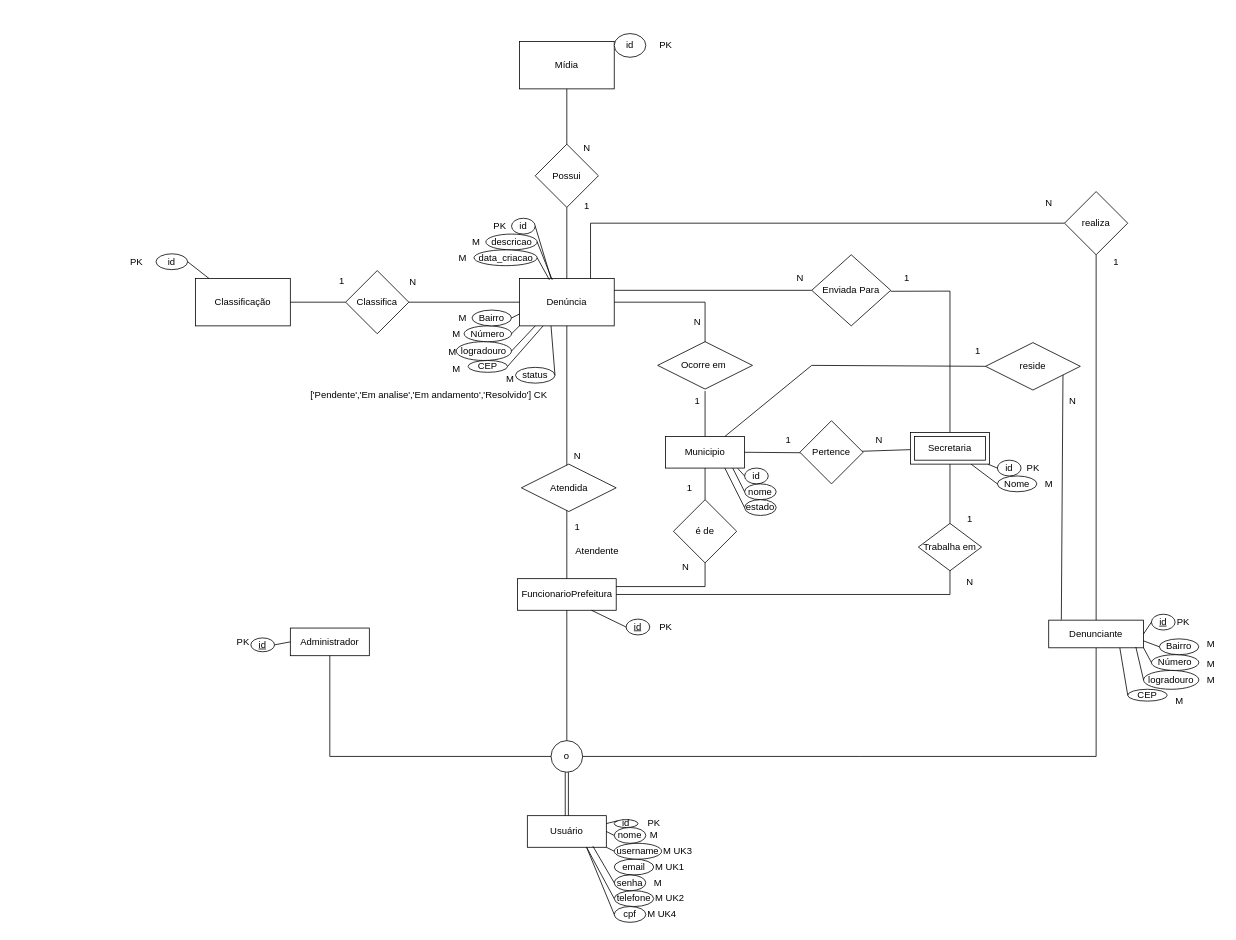
The draw.io diagram Outras_disciplinas/Banco de Dados/FalaCidade.drawio in RRomano00/Fala-Cidade, before the edit. Source tidied: cells renumbered, new cells numbered last; positions are measured from the earlier drawing's top-left corner, leaving out a move shared by most shapes. Both pictures are drawn from the tidied source at 79%, with x=0, y=0 at pixel (120, 33).
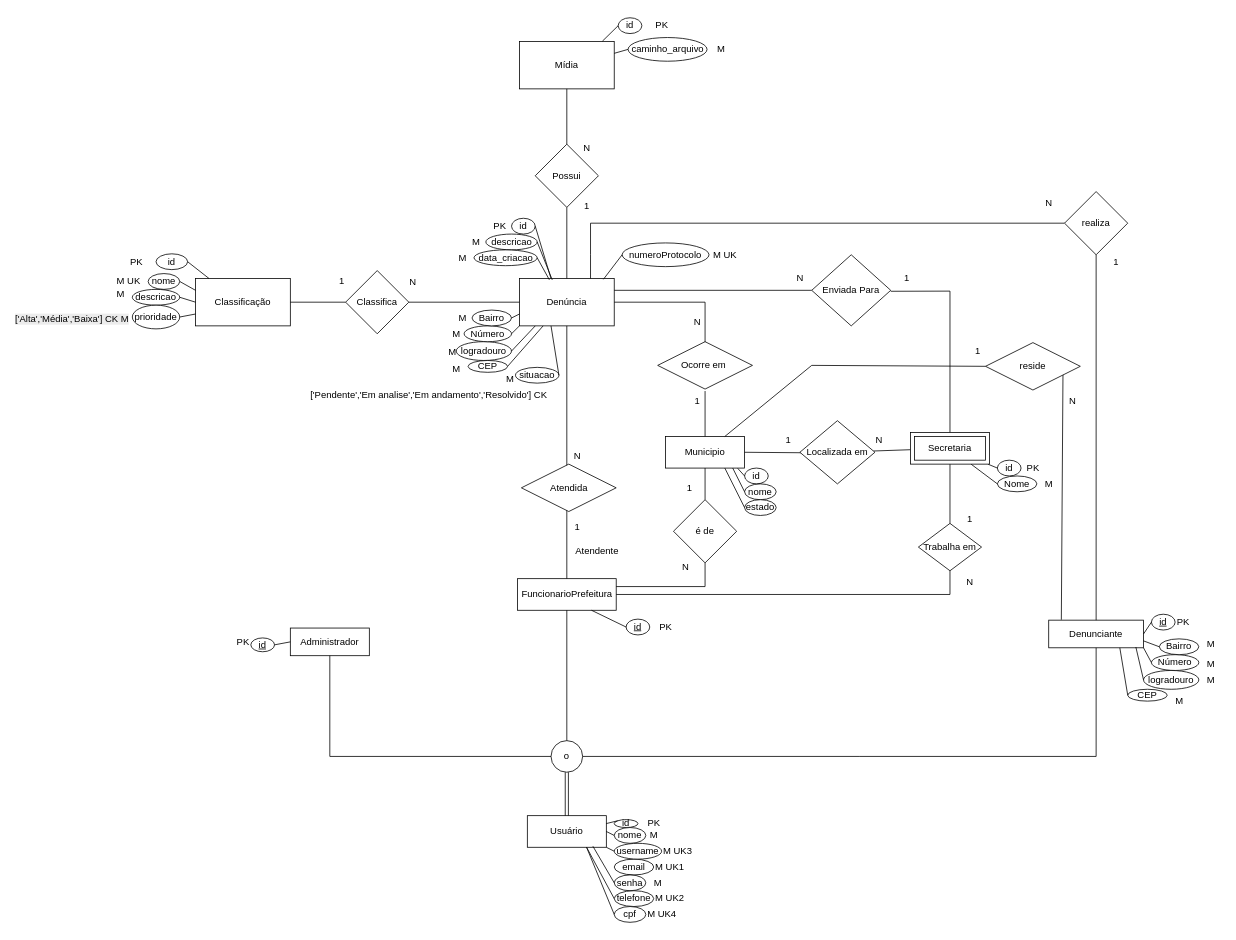
Above is the later version.

Commit message (it also covers changes not shown here):
doc: versao atualizada do D.E.R

The change refers to these unchanged cells:
```xml
<mxCell id="38" value="Denúncia" style="whiteSpace=wrap;html=1;" parent="1" vertex="1">
  <mxGeometry x="505" y="310" width="120" height="60" as="geometry" />
</mxCell>
<mxCell id="110" value="Classificação" style="whiteSpace=wrap;html=1;" parent="1" vertex="1">
  <mxGeometry x="95" y="310" width="120" height="60" as="geometry" />
</mxCell>
<mxCell id="143" value="Mídia" style="whiteSpace=wrap;html=1;" parent="1" vertex="1">
  <mxGeometry x="505" y="10" width="120" height="60" as="geometry" />
</mxCell>
```

What changed in the source:
```diff
@@
-    <mxCell id="86" value="status" style="ellipse;whiteSpace=wrap;html=1;" parent="1" vertex="1">
-      <mxGeometry x="500" y="422.5" width="50" height="20" as="geometry" />
+    <mxCell id="86" value="situacao" style="ellipse;whiteSpace=wrap;html=1;" parent="1" vertex="1">
+      <mxGeometry x="500" y="422.5" width="55" height="20" as="geometry" />
     </mxCell>
@@
-    <mxCell id="109" value="Pertence" style="rhombus;whiteSpace=wrap;html=1;" parent="1" vertex="1">
-      <mxGeometry x="860" y="490" width="80" height="80" as="geometry" />
+    <mxCell id="109" value="Localizada em" style="rhombus;whiteSpace=wrap;html=1;" parent="1" vertex="1">
+      <mxGeometry x="860" y="490" width="95" height="80" as="geometry" />
     </mxCell>
@@
     <mxCell id="147" value="id" style="ellipse;whiteSpace=wrap;html=1;" parent="1" vertex="1">
-      <mxGeometry x="625" width="40" height="30" as="geometry" />
+      <mxGeometry x="630" y="-20" width="30" height="20" as="geometry" />
     </mxCell>
     <mxCell id="148" value="PK" style="text;html=1;align=center;verticalAlign=middle;strokeColor=none;fillColor=none;" parent="1" vertex="1">
-      <mxGeometry x="670" width="40" height="30" as="geometry" />
+      <mxGeometry x="665" y="-25" width="40" height="30" as="geometry" />
     </mxCell>
@@
+    <mxCell id="151" value="numeroProtocolo" style="ellipse;whiteSpace=wrap;html=1;" parent="1" vertex="1">
+      <mxGeometry x="635" y="265" width="110" height="30" as="geometry" />
+    </mxCell>
+    <mxCell id="152" style="endArrow=none;html=1;rounded=0;exitX=0.886;exitY=0.018;exitDx=0;exitDy=0;entryX=0;entryY=0.5;entryDx=0;entryDy=0;exitPerimeter=0;" parent="1" edge="1" source="38" target="151">
+      <mxGeometry relative="1" as="geometry" />
+    </mxCell>
+    <mxCell id="153" value="M UK" style="text;html=1;align=center;verticalAlign=middle;strokeColor=none;fillColor=none;" parent="1" vertex="1">
+      <mxGeometry x="740" y="265" width="50" height="30" as="geometry" />
+    </mxCell>
+    <mxCell id="154" value="nome" style="ellipse;whiteSpace=wrap;html=1;" parent="1" vertex="1">
+      <mxGeometry x="35" y="303.8" width="40" height="20" as="geometry" />
+    </mxCell>
+    <mxCell id="155" style="endArrow=none;html=1;rounded=0;exitX=1;exitY=0.5;exitDx=0;exitDy=0;entryX=0;entryY=0.25;entryDx=0;entryDy=0;" parent="1" edge="1" source="154" target="110">
+      <mxGeometry relative="1" as="geometry" />
+    </mxCell>
+    <mxCell id="156" value="M UK" style="text;html=1;align=center;verticalAlign=middle;strokeColor=none;fillColor=none;" parent="1" vertex="1">
+      <mxGeometry x="-15" y="298.8" width="50" height="30" as="geometry" />
+    </mxCell>
+    <mxCell id="157" value="descricao" style="ellipse;whiteSpace=wrap;html=1;" parent="1" vertex="1">
+      <mxGeometry x="15" y="323.8" width="60" height="20" as="geometry" />
+    </mxCell>
+    <mxCell id="158" style="endArrow=none;html=1;rounded=0;exitX=1;exitY=0.5;exitDx=0;exitDy=0;entryX=0;entryY=0.5;entryDx=0;entryDy=0;" parent="1" edge="1" source="157" target="110">
+      <mxGeometry relative="1" as="geometry" />
+    </mxCell>
+    <mxCell id="159" value="prioridade" style="ellipse;whiteSpace=wrap;html=1;" parent="1" vertex="1">
+      <mxGeometry x="15" y="343.8" width="60" height="30" as="geometry" />
+    </mxCell>
+    <mxCell id="160" style="endArrow=none;html=1;rounded=0;exitX=1;exitY=0.5;exitDx=0;exitDy=0;entryX=0;entryY=0.75;entryDx=0;entryDy=0;" parent="1" edge="1" source="159" target="110">
+      <mxGeometry relative="1" as="geometry" />
+    </mxCell>
+    <mxCell id="161" value="M" style="text;html=1;align=center;verticalAlign=middle;strokeColor=none;fillColor=none;" parent="1" vertex="1">
+      <mxGeometry x="-15" y="315" width="30" height="30" as="geometry" />
+    </mxCell>
+    <mxCell id="162" value="&lt;span style=&quot;color: rgb(0, 0, 0); font-family: Helvetica; font-size: 12px; font-style: normal; font-variant-ligatures: normal; font-variant-caps: normal; font-weight: 400; letter-spacing: normal; orphans: 2; text-align: center; text-indent: 0px; text-transform: none; widows: 2; word-spacing: 0px; -webkit-text-stroke-width: 0px; white-space: nowrap; background-color: rgb(236, 236, 236); text-decoration-thickness: initial; text-decoration-style: initial; text-decoration-color: initial; float: none; display: inline !important;&quot;&gt;['Alta','Média','Baixa'] CK M&lt;/span&gt;" style="text;whiteSpace=wrap;html=1;" parent="1" vertex="1">
+      <mxGeometry x="-135" y="347.5" width="140" height="35" as="geometry" />
+    </mxCell>
+    <mxCell id="163" style="endArrow=none;html=1;rounded=0;exitX=0.875;exitY=-0.006;exitDx=0;exitDy=0;exitPerimeter=0;entryX=0;entryY=0.5;entryDx=0;entryDy=0;" parent="1" edge="1" source="143" target="147">
+      <mxGeometry relative="1" as="geometry" />
+    </mxCell>
+    <mxCell id="164" value="caminho_arquivo" style="ellipse;whiteSpace=wrap;html=1;" parent="1" vertex="1">
+      <mxGeometry x="642.5" y="5" width="100" height="30" as="geometry" />
+    </mxCell>
+    <mxCell id="165" style="endArrow=none;html=1;rounded=0;exitX=1;exitY=0.25;exitDx=0;exitDy=0;entryX=0;entryY=0.5;entryDx=0;entryDy=0;" parent="1" edge="1" source="143" target="164">
+      <mxGeometry relative="1" as="geometry" />
+    </mxCell>
+    <mxCell id="166" value="M" style="text;html=1;align=center;verticalAlign=middle;strokeColor=none;fillColor=none;" parent="1" vertex="1">
+      <mxGeometry x="745" y="5" width="30" height="30" as="geometry" />
+    </mxCell>
```
